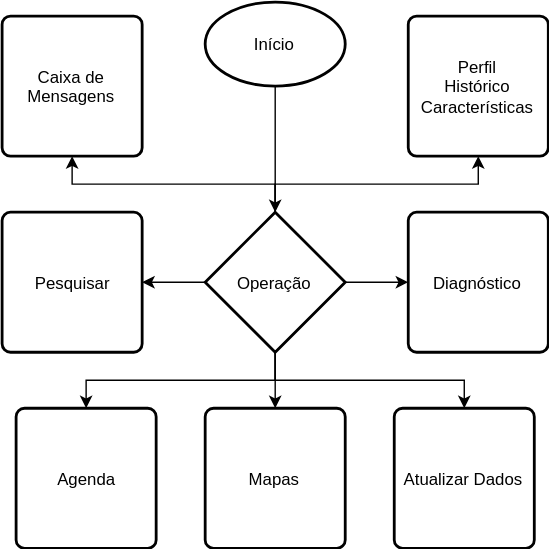
Earlier version of the draw.io export doc/operação.svg (Judahh/pocketDoc). Source tidied: cells renumbered, new cells last; positions are measured from the earlier drawing's top-left corner, leaving out a move shared by most shapes. Source of this version:
```xml
<mxGraphModel>
  <root>
    <mxCell id="0" />
    <mxCell id="1" parent="0" />
    <mxCell id="2" style="edgeStyle=orthogonalEdgeStyle;rounded=0;html=1;exitX=0.5;exitY=1;exitPerimeter=0;entryX=0.5;entryY=0;entryPerimeter=0;jettySize=auto;" parent="1" edge="1" source="3" target="11">
      <mxGeometry relative="1" as="geometry" />
    </mxCell>
    <mxCell id="3" value="Início" style="strokeWidth=2;html=1;shape=mxgraph.flowchart.start_1;whiteSpace=wrap;" parent="1" vertex="1">
      <mxGeometry x="145" width="100" height="60" as="geometry" />
    </mxCell>
    <mxCell id="4" style="edgeStyle=orthogonalEdgeStyle;rounded=0;html=1;exitX=0.5;exitY=1;exitPerimeter=0;jettySize=auto;" parent="1" edge="1" source="11" target="16">
      <mxGeometry relative="1" as="geometry" />
    </mxCell>
    <mxCell id="5" style="edgeStyle=orthogonalEdgeStyle;rounded=0;html=1;exitX=1;exitY=0.5;exitPerimeter=0;entryX=0;entryY=0.5;entryPerimeter=0;jettySize=auto;" parent="1" edge="1" source="11" target="17">
      <mxGeometry relative="1" as="geometry" />
    </mxCell>
    <mxCell id="6" style="edgeStyle=orthogonalEdgeStyle;rounded=0;html=1;exitX=0;exitY=0.5;exitPerimeter=0;entryX=1;entryY=0.5;entryPerimeter=0;jettySize=auto;" parent="1" edge="1" source="11" target="14">
      <mxGeometry relative="1" as="geometry" />
    </mxCell>
    <mxCell id="7" style="edgeStyle=orthogonalEdgeStyle;rounded=0;html=1;exitX=0.5;exitY=1;exitPerimeter=0;jettySize=auto;" parent="1" edge="1" source="11" target="18">
      <mxGeometry relative="1" as="geometry" />
    </mxCell>
    <mxCell id="8" style="edgeStyle=orthogonalEdgeStyle;rounded=0;html=1;exitX=0.5;exitY=1;exitPerimeter=0;entryX=0.5;entryY=0;entryPerimeter=0;jettySize=auto;" parent="1" edge="1" source="11" target="15">
      <mxGeometry relative="1" as="geometry" />
    </mxCell>
    <mxCell id="9" style="edgeStyle=orthogonalEdgeStyle;rounded=0;html=1;exitX=0.5;exitY=0;exitPerimeter=0;entryX=0.5;entryY=1;entryPerimeter=0;jettySize=auto;" parent="1" edge="1" source="11" target="12">
      <mxGeometry relative="1" as="geometry" />
    </mxCell>
    <mxCell id="10" style="edgeStyle=orthogonalEdgeStyle;rounded=0;html=1;exitX=0.5;exitY=0;exitPerimeter=0;entryX=0.5;entryY=1;entryPerimeter=0;jettySize=auto;" parent="1" edge="1" source="11" target="13">
      <mxGeometry relative="1" as="geometry" />
    </mxCell>
    <mxCell id="11" value="Operação" style="strokeWidth=2;html=1;shape=mxgraph.flowchart.decision;whiteSpace=wrap;" parent="1" vertex="1">
      <mxGeometry x="145" y="150" width="100" height="100" as="geometry" />
    </mxCell>
    <mxCell id="12" value="Perfil&lt;br&gt;Histórico&lt;br&gt;Características" style="strokeWidth=2;html=1;shape=mxgraph.flowchart.process;whiteSpace=wrap;" parent="1" vertex="1">
      <mxGeometry x="290" y="10" width="100" height="100" as="geometry" />
    </mxCell>
    <mxCell id="13" value="Caixa de Mensagens" style="strokeWidth=2;html=1;shape=mxgraph.flowchart.process;whiteSpace=wrap;" parent="1" vertex="1">
      <mxGeometry y="10" width="100" height="100" as="geometry" />
    </mxCell>
    <mxCell id="14" value="Pesquisar" style="strokeWidth=2;html=1;shape=mxgraph.flowchart.process;whiteSpace=wrap;" parent="1" vertex="1">
      <mxGeometry y="150" width="100" height="100" as="geometry" />
    </mxCell>
    <mxCell id="15" value="Agenda" style="strokeWidth=2;html=1;shape=mxgraph.flowchart.process;whiteSpace=wrap;" parent="1" vertex="1">
      <mxGeometry x="10" y="290" width="100" height="100" as="geometry" />
    </mxCell>
    <mxCell id="16" value="Mapas" style="strokeWidth=2;html=1;shape=mxgraph.flowchart.process;whiteSpace=wrap;" parent="1" vertex="1">
      <mxGeometry x="145" y="290" width="100" height="100" as="geometry" />
    </mxCell>
    <mxCell id="17" value="Diagnóstico" style="strokeWidth=2;html=1;shape=mxgraph.flowchart.process;whiteSpace=wrap;" parent="1" vertex="1">
      <mxGeometry x="290" y="150" width="100" height="100" as="geometry" />
    </mxCell>
    <mxCell id="18" value="Atualizar Dados" style="strokeWidth=2;html=1;shape=mxgraph.flowchart.process;whiteSpace=wrap;" parent="1" vertex="1">
      <mxGeometry x="280" y="290" width="100" height="100" as="geometry" />
    </mxCell>
  </root>
</mxGraphModel>
```
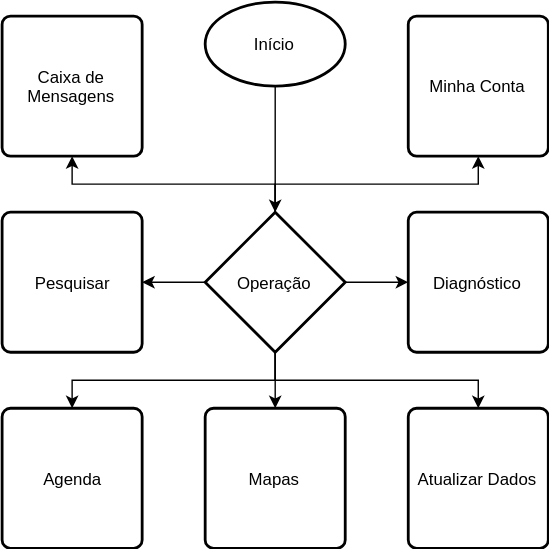
Later version of the same file.

What changed in the source:
```diff
@@ -32,7 +32,7 @@
     <mxCell id="11" value="Operação" style="strokeWidth=2;html=1;shape=mxgraph.flowchart.decision;whiteSpace=wrap;" parent="1" vertex="1">
       <mxGeometry x="145" y="150" width="100" height="100" as="geometry" />
     </mxCell>
-    <mxCell id="12" value="Perfil&lt;br&gt;Histórico&lt;br&gt;Características" style="strokeWidth=2;html=1;shape=mxgraph.flowchart.process;whiteSpace=wrap;" parent="1" vertex="1">
+    <mxCell id="12" value="Minha Conta" style="strokeWidth=2;html=1;shape=mxgraph.flowchart.process;whiteSpace=wrap;" parent="1" vertex="1">
       <mxGeometry x="290" y="10" width="100" height="100" as="geometry" />
     </mxCell>
     <mxCell id="13" value="Caixa de Mensagens" style="strokeWidth=2;html=1;shape=mxgraph.flowchart.process;whiteSpace=wrap;" parent="1" vertex="1">
@@ -42,7 +42,7 @@
       <mxGeometry y="150" width="100" height="100" as="geometry" />
     </mxCell>
     <mxCell id="15" value="Agenda" style="strokeWidth=2;html=1;shape=mxgraph.flowchart.process;whiteSpace=wrap;" parent="1" vertex="1">
-      <mxGeometry x="10" y="290" width="100" height="100" as="geometry" />
+      <mxGeometry y="290" width="100" height="100" as="geometry" />
     </mxCell>
     <mxCell id="16" value="Mapas" style="strokeWidth=2;html=1;shape=mxgraph.flowchart.process;whiteSpace=wrap;" parent="1" vertex="1">
       <mxGeometry x="145" y="290" width="100" height="100" as="geometry" />
@@ -51,7 +51,7 @@
       <mxGeometry x="290" y="150" width="100" height="100" as="geometry" />
     </mxCell>
     <mxCell id="18" value="Atualizar Dados" style="strokeWidth=2;html=1;shape=mxgraph.flowchart.process;whiteSpace=wrap;" parent="1" vertex="1">
-      <mxGeometry x="280" y="290" width="100" height="100" as="geometry" />
+      <mxGeometry x="290" y="290" width="100" height="100" as="geometry" />
     </mxCell>
   </root>
 </mxGraphModel>
```
